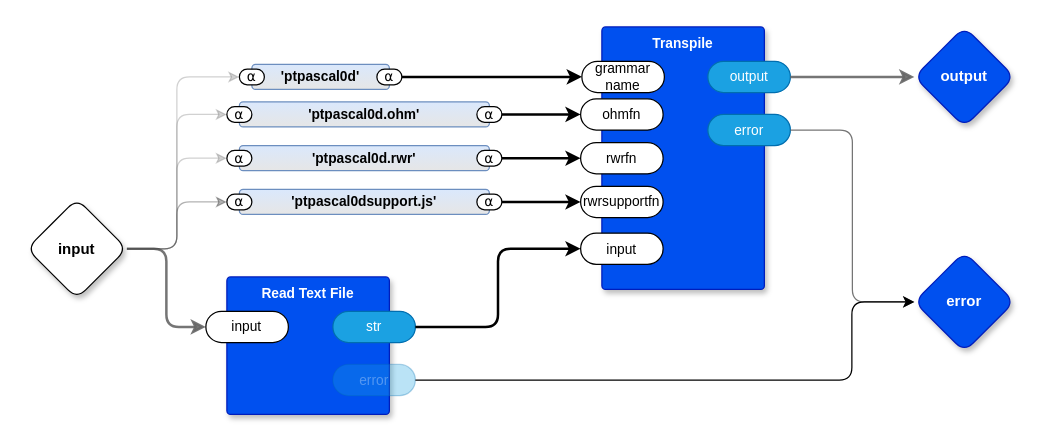
This is page "PT Pascal" (6 of 6) of ptpascal0d.drawio from guitarvydas/ptpascal0d, a draw.io file, before an edit. Source tidied: cells renumbered, new cells numbered last; positions are measured from the earlier drawing's top-left corner, leaving out a move shared by most shapes. Both pictures are drawn from the tidied source at 125%, with x=0, y=0 at pixel (26, 26).
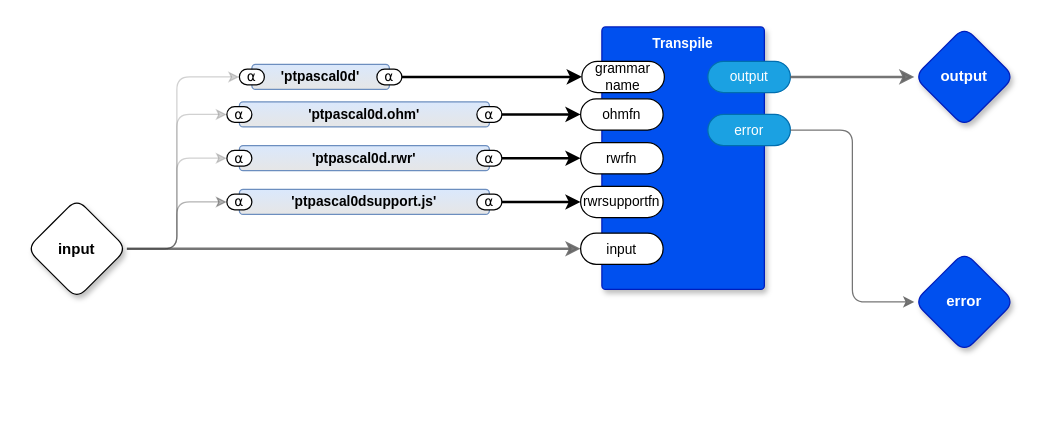
Above is the later version.

Unchanged cells that the change refers to:
```xml
<mxCell id="7" value="input" style="rhombus;whiteSpace=wrap;html=1;rounded=1;fontStyle=1;glass=0;sketch=0;fontSize=12;points=[[0,0.5,0,0,0],[0.5,0,0,0,0],[0.5,1,0,0,0],[1,0.5,0,0,0]];shadow=1;fontFamily=Helvetica;fontColor=default;" parent="1" vertex="1">
  <mxGeometry y="137.5" width="80" height="80" as="geometry" />
</mxCell>
<mxCell id="14" value="input" style="rounded=1;whiteSpace=wrap;html=1;sketch=0;points=[[0,0.5,0,0,0],[1,0.5,0,0,0]];arcSize=50;fontFamily=Helvetica;fontSize=11;fontColor=default;" parent="9" vertex="1">
  <mxGeometry x="-17" y="165" width="66" height="25" as="geometry" />
</mxCell>
<mxCell id="18" value="error" style="rhombus;whiteSpace=wrap;html=1;rounded=1;fillColor=#0050ef;fontColor=#ffffff;strokeColor=#001DBC;fontStyle=1;glass=0;sketch=0;fontSize=12;points=[[0,0.5,0,0,0],[0.5,0,0,0,0],[0.5,1,0,0,0],[1,0.5,0,0,0]];shadow=1;fontFamily=Helvetica;" parent="1" vertex="1">
  <mxGeometry x="710" y="180" width="80" height="80" as="geometry" />
</mxCell>
```

What changed in the source:
```diff
@@
-    <mxCell id="2" style="edgeStyle=orthogonalEdgeStyle;shape=connector;rounded=1;jumpStyle=arc;jettySize=auto;html=1;exitX=1;exitY=0.5;exitDx=0;exitDy=0;exitPerimeter=0;entryX=0;entryY=0.5;entryDx=0;entryDy=0;entryPerimeter=0;labelBackgroundColor=default;strokeColor=#666666;strokeWidth=2;fontFamily=Helvetica;fontSize=11;fontColor=default;endArrow=classic;fillColor=#f5f5f5;opacity=90;" parent="1" edge="1" source="7" target="21">
+    <mxCell id="2" style="edgeStyle=orthogonalEdgeStyle;shape=connector;rounded=1;jumpStyle=arc;jettySize=auto;html=1;exitX=1;exitY=0.5;exitDx=0;exitDy=0;exitPerimeter=0;entryX=0;entryY=0.5;entryDx=0;entryDy=0;entryPerimeter=0;labelBackgroundColor=default;strokeColor=#666666;strokeWidth=2;fontFamily=Helvetica;fontSize=11;fontColor=default;endArrow=classic;fillColor=#f5f5f5;opacity=90;" parent="1" edge="1" source="7" target="14">
       <mxGeometry relative="1" as="geometry" />
     </mxCell>
@@
-    <mxCell id="20" value="Read Text File" style="rounded=1;whiteSpace=wrap;html=1;sketch=0;verticalAlign=top;arcSize=6;fontStyle=1;absoluteArcSize=1;shadow=1;strokeColor=#001DBC;fillColor=#0050ef;fontColor=#ffffff;fontFamily=Helvetica;fontSize=11;" parent="1" vertex="1">
-      <mxGeometry x="160" y="200" width="130" height="110" as="geometry" />
-    </mxCell>
-    <mxCell id="21" value="input" style="rounded=1;whiteSpace=wrap;html=1;sketch=0;points=[[0,0.5,0,0,0],[1,0.5,0,0,0]];arcSize=50;fontFamily=Helvetica;fontSize=11;fontColor=default;" parent="20" vertex="1">
-      <mxGeometry x="-16.8" y="27.5" width="66" height="25" as="geometry" />
-    </mxCell>
-    <mxCell id="22" value="str" style="rounded=1;whiteSpace=wrap;html=1;sketch=0;points=[[0,0.5,0,0,0],[1,0.5,0,0,0]];fillColor=#1ba1e2;fontColor=#ffffff;strokeColor=#006EAF;arcSize=50;fontFamily=Helvetica;fontSize=11;" parent="20" vertex="1">
-      <mxGeometry x="84.8" y="27.5" width="66" height="25" as="geometry" />
-    </mxCell>
-    <mxCell id="23" value="error" style="rounded=1;whiteSpace=wrap;html=1;sketch=0;points=[[0,0.5,0,0,0],[1,0.5,0,0,0]];fillColor=#1ba1e2;fontColor=#ffffff;strokeColor=#006EAF;arcSize=50;fontFamily=Helvetica;fontSize=11;textOpacity=30;opacity=30;" parent="20" vertex="1">
-      <mxGeometry x="84.8" y="70" width="66" height="25" as="geometry" />
-    </mxCell>
-    <mxCell id="24" style="edgeStyle=orthogonalEdgeStyle;rounded=1;jettySize=auto;html=1;exitX=1;exitY=0.5;exitDx=0;exitDy=0;exitPerimeter=0;entryX=0;entryY=0.5;entryDx=0;entryDy=0;entryPerimeter=0;strokeWidth=2;" parent="1" edge="1" source="22" target="14">
-      <mxGeometry relative="1" as="geometry" />
-    </mxCell>
-    <mxCell id="25" style="edgeStyle=orthogonalEdgeStyle;rounded=1;jettySize=auto;html=1;exitX=1;exitY=0.5;exitDx=0;exitDy=0;exitPerimeter=0;entryX=0;entryY=0.5;entryDx=0;entryDy=0;entryPerimeter=0;" parent="1" edge="1" source="23" target="18">
-      <mxGeometry relative="1" as="geometry">
-        <Array as="points">
-          <mxPoint x="660" y="283" />
-          <mxPoint x="660" y="220" />
-        </Array>
-      </mxGeometry>
-    </mxCell>
```
